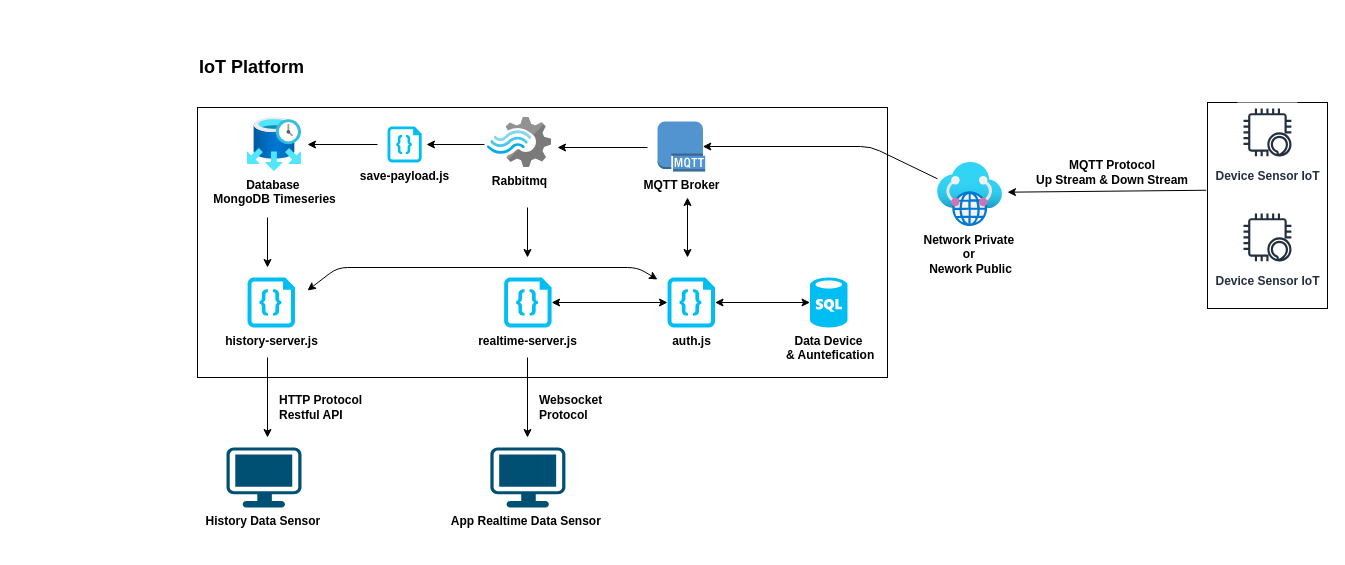
Earlier version of the draw.io diagram design/architecture.drawio (dendie-sanjaya/iot-platform). Source tidied: cells renumbered, new cells numbered last; positions are measured from the earlier drawing's top-left corner, leaving out a move shared by most shapes. Both pictures are drawn from the tidied source at 100%, with x=0, y=0 at pixel (197, 47).
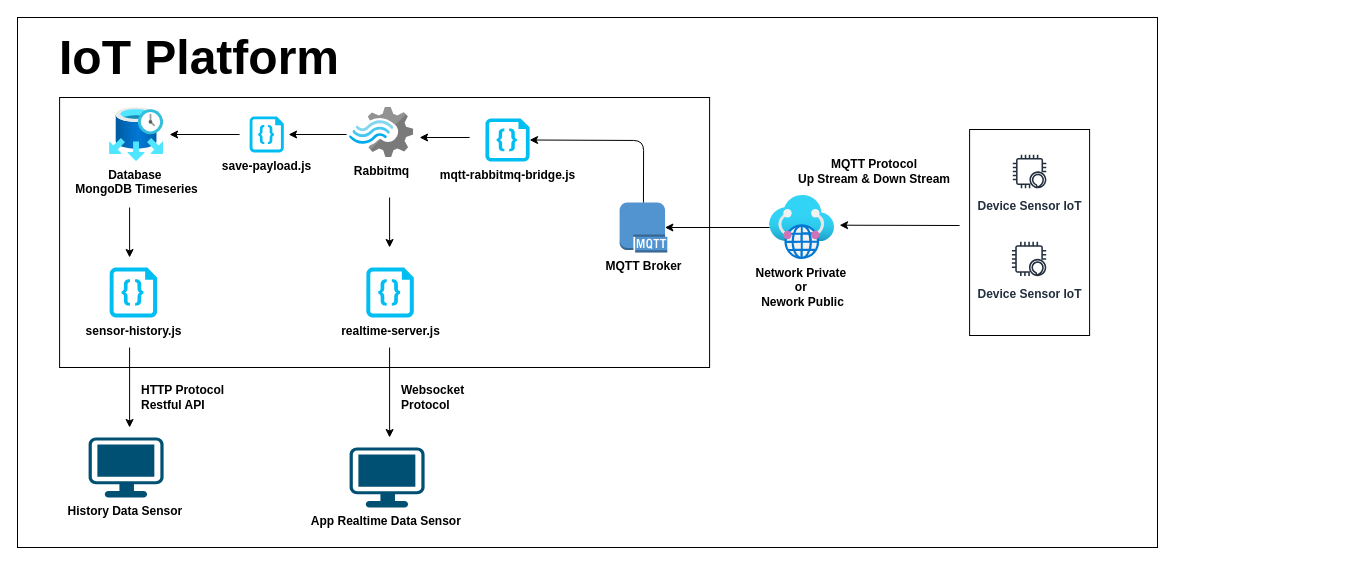
After the change.

The edit, as a diff of the source:
```diff
@@
+    <mxCell id="34" style="rounded=0;whiteSpace=wrap;html=1;" parent="1" vertex="1">
+      <mxGeometry x="-180" y="-30" width="1140" height="530" as="geometry" />
+    </mxCell>
     <mxCell id="2" style="rounded=0;whiteSpace=wrap;html=1;" parent="1" vertex="1">
-      <mxGeometry x="1010" y="55" width="120" height="206" as="geometry" />
+      <mxGeometry x="772.1" y="82" width="120" height="206" as="geometry" />
     </mxCell>
     <mxCell id="3" style="rounded=0;whiteSpace=wrap;html=1;" parent="1" vertex="1">
-      <mxGeometry y="60" width="690" height="270" as="geometry" />
+      <mxGeometry x="-137.9" y="50" width="650" height="270" as="geometry" />
     </mxCell>
     <mxCell id="4" value="&lt;b&gt;realtime-server.js&lt;br&gt;&lt;/b&gt;" style="verticalLabelPosition=bottom;html=1;verticalAlign=top;align=center;strokeColor=none;fillColor=#00BEF2;shape=mxgraph.azure.code_file;" parent="1" vertex="1">
-      <mxGeometry x="306.6" y="230" width="47.5" height="50" as="geometry" />
+      <mxGeometry x="168.8" y="220" width="47.5" height="50" as="geometry" />
     </mxCell>
-    <mxCell id="5" value="&lt;b&gt;&lt;font style=&quot;font-size: 18px&quot;&gt;IoT Platform&lt;/font&gt;&lt;/b&gt;" style="text;html=1;strokeColor=none;fillColor=none;align=left;verticalAlign=middle;whiteSpace=wrap;rounded=0;" parent="1" vertex="1">
-      <mxGeometry width="370" height="40" as="geometry" />
+    <mxCell id="5" value="&lt;b&gt;&lt;font style=&quot;font-size: 48px&quot;&gt;IoT Platform&lt;/font&gt;&lt;/b&gt;" style="text;html=1;strokeColor=none;fillColor=none;align=left;verticalAlign=middle;whiteSpace=wrap;rounded=0;" parent="1" vertex="1">
+      <mxGeometry x="-140" y="-10" width="370" height="40" as="geometry" />
     </mxCell>
     <mxCell id="6" value="&lt;b&gt;MQTT Broker&lt;/b&gt;" style="outlineConnect=0;dashed=0;verticalLabelPosition=bottom;verticalAlign=top;align=center;html=1;shape=mxgraph.aws3.mqtt_protocol;fillColor=#5294CF;gradientColor=none;" parent="1" vertex="1">
-      <mxGeometry x="460" y="74" width="47.7" height="50" as="geometry" />
+      <mxGeometry x="422.1" y="155" width="47.7" height="50" as="geometry" />
     </mxCell>
     <mxCell id="7" value="&lt;b&gt;Rabbitmq&lt;/b&gt;" style="html=1;align=center;image;fontSize=12;image=img/lib/mscae/Stream_Analytics.svg;" parent="1" vertex="1">
-      <mxGeometry x="290" y="70" width="64.1" height="50" as="geometry" />
+      <mxGeometry x="152.1" y="60" width="64.1" height="50" as="geometry" />
     </mxCell>
     <mxCell id="8" value="&lt;b&gt;Database&amp;nbsp;&lt;br&gt;MongoDB Timeseries&lt;/b&gt;" style="html=1;align=center;image;fontSize=12;image=img/lib/azure2/databases/Elastic_Job_Agents.svg;" parent="1" vertex="1">
-      <mxGeometry x="50" y="70" width="54" height="54" as="geometry" />
+      <mxGeometry x="-87.9" y="60" width="54" height="54" as="geometry" />
     </mxCell>
-    <mxCell id="9" value="&lt;b&gt;history-server.js&lt;br&gt;&lt;/b&gt;" style="verticalLabelPosition=bottom;html=1;verticalAlign=top;align=center;strokeColor=none;fillColor=#00BEF2;shape=mxgraph.azure.code_file;" parent="1" vertex="1">
-      <mxGeometry x="50" y="230" width="47.5" height="50" as="geometry" />
+    <mxCell id="9" value="&lt;b&gt;sensor-history.js&lt;br&gt;&lt;/b&gt;" style="verticalLabelPosition=bottom;html=1;verticalAlign=top;align=center;strokeColor=none;fillColor=#00BEF2;shape=mxgraph.azure.code_file;" parent="1" vertex="1">
+      <mxGeometry x="-87.9" y="220" width="47.5" height="50" as="geometry" />
     </mxCell>
     <mxCell id="10" style="endArrow=classic;html=1;" parent="1" edge="1">
       <mxGeometry relative="1" as="geometry">
-        <mxPoint x="70" y="170" as="sourcePoint" />
-        <mxPoint x="70" y="220" as="targetPoint" />
+        <mxPoint x="-67.9" y="160" as="sourcePoint" />
+        <mxPoint x="-67.9" y="210" as="targetPoint" />
       </mxGeometry>
     </mxCell>
     <mxCell id="11" style="endArrow=classic;html=1;" parent="1" edge="1">
       <mxGeometry relative="1" as="geometry">
-        <mxPoint x="330" y="160" as="sourcePoint" />
-        <mxPoint x="330" y="210" as="targetPoint" />
+        <mxPoint x="192.1" y="150" as="sourcePoint" />
+        <mxPoint x="192.1" y="200" as="targetPoint" />
       </mxGeometry>
     </mxCell>
     <mxCell id="12" value="&lt;b&gt;save-payload.js&lt;br&gt;&lt;/b&gt;" style="verticalLabelPosition=bottom;html=1;verticalAlign=top;align=center;strokeColor=none;fillColor=#00BEF2;shape=mxgraph.azure.code_file;" parent="1" vertex="1">
-      <mxGeometry x="190" y="79" width="34.2" height="36" as="geometry" />
+      <mxGeometry x="52.1" y="69" width="34.2" height="36" as="geometry" />
     </mxCell>
     <mxCell id="13" style="endArrow=classic;html=1;" parent="1" edge="1">
       <mxGeometry relative="1" as="geometry">
-        <mxPoint x="287" y="97" as="sourcePoint" />
-        <mxPoint x="229" y="97" as="targetPoint" />
+        <mxPoint x="149.1" y="87" as="sourcePoint" />
+        <mxPoint x="91.1" y="87" as="targetPoint" />
       </mxGeometry>
     </mxCell>
     <mxCell id="14" style="endArrow=classic;html=1;" parent="1" edge="1">
       <mxGeometry relative="1" as="geometry">
-        <mxPoint x="180" y="97" as="sourcePoint" />
-        <mxPoint x="110" y="97" as="targetPoint" />
+        <mxPoint x="42.1" y="87" as="sourcePoint" />
+        <mxPoint x="-27.9" y="87" as="targetPoint" />
       </mxGeometry>
     </mxCell>
     <mxCell id="15" style="endArrow=classic;html=1;" parent="1" edge="1">
       <mxGeometry relative="1" as="geometry">
-        <mxPoint x="450" y="100" as="sourcePoint" />
-        <mxPoint x="360" y="100" as="targetPoint" />
+        <mxPoint x="272.1" y="90" as="sourcePoint" />
+        <mxPoint x="222.1" y="90" as="targetPoint" />
       </mxGeometry>
     </mxCell>
     <mxCell id="16" value="&lt;b&gt;Device Sensor IoT&lt;/b&gt;" style="fontColor=#232F3E;gradientColor=none;strokeColor=#232F3E;fillColor=#ffffff;dashed=0;verticalLabelPosition=bottom;verticalAlign=top;align=center;html=1;fontSize=12;fontStyle=0;shape=mxgraph.aws4.resourceIcon;resIcon=mxgraph.aws4.alexa_enabled_device;" parent="1" vertex="1">
-      <mxGeometry x="1040" y="55" width="60" height="60" as="geometry" />
+      <mxGeometry x="811.1" y="103" width="42" height="42" as="geometry" />
     </mxCell>
     <mxCell id="17" value="&lt;b&gt;Device Sensor IoT&lt;/b&gt;" style="fontColor=#232F3E;gradientColor=none;strokeColor=#232F3E;fillColor=#ffffff;dashed=0;verticalLabelPosition=bottom;verticalAlign=top;align=center;html=1;fontSize=12;fontStyle=0;shape=mxgraph.aws4.resourceIcon;resIcon=mxgraph.aws4.alexa_enabled_device;" parent="1" vertex="1">
-      <mxGeometry x="1040" y="160" width="60" height="60" as="geometry" />
+      <mxGeometry x="810.1" y="190" width="43" height="43" as="geometry" />
     </mxCell>
     <mxCell id="18" value="&lt;b&gt;Network Private&amp;nbsp;&lt;br&gt;or&amp;nbsp;&lt;br&gt;Nework Public&lt;/b&gt;" style="html=1;points=[];align=center;image;fontSize=12;image=img/lib/azure2/networking/Virtual_WANs.svg;" parent="1" vertex="1">
-      <mxGeometry x="740" y="115" width="65" height="64" as="geometry" />
+      <mxGeometry x="572.1" y="148" width="65" height="64" as="geometry" />
     </mxCell>
-    <mxCell id="19" style="endArrow=classic;html=1;exitX=-0.011;exitY=0.426;exitDx=0;exitDy=0;exitPerimeter=0;entryX=1.077;entryY=0.464;entryDx=0;entryDy=0;entryPerimeter=0;" parent="1" edge="1" source="2" target="18">
-      <mxGeometry relative="1" as="geometry" />
+    <mxCell id="19" style="endArrow=classic;html=1;entryX=1.077;entryY=0.464;entryDx=0;entryDy=0;entryPerimeter=0;" parent="1" edge="1" target="18">
+      <mxGeometry relative="1" as="geometry">
+        <mxPoint x="762.1" y="178" as="sourcePoint" />
+      </mxGeometry>
     </mxCell>
     <mxCell id="20" value="MQTT Protocol &lt;br&gt;Up Stream &amp;amp; Down Stream" style="text;html=1;strokeColor=none;fillColor=none;align=center;verticalAlign=middle;whiteSpace=wrap;rounded=0;fontStyle=1;" parent="1" vertex="1">
-      <mxGeometry x="830" y="115" width="170" height="20" as="geometry" />
+      <mxGeometry x="592.1" y="114" width="170" height="20" as="geometry" />
     </mxCell>
     <mxCell id="21" style="endArrow=classic;html=1;entryX=0.95;entryY=0.5;entryDx=0;entryDy=0;entryPerimeter=0;" parent="1" edge="1" source="18" target="6">
-      <mxGeometry relative="1" as="geometry">
-        <Array as="points">
-          <mxPoint x="673" y="99" />
-        </Array>
-      </mxGeometry>
+      <mxGeometry relative="1" as="geometry" />
     </mxCell>
     <mxCell id="22" value="App Realtime Data Sensor&amp;nbsp;&lt;br&gt;" style="verticalLabelPosition=bottom;html=1;verticalAlign=top;align=center;shape=mxgraph.cisco19.workstation;fillColor=#005073;strokeColor=none;fontStyle=1;" parent="1" vertex="1">
-      <mxGeometry x="292.9" y="400" width="75" height="60" as="geometry" />
+      <mxGeometry x="152.1" y="400" width="75" height="60" as="geometry" />
     </mxCell>
     <mxCell id="23" style="endArrow=classic;html=1;" parent="1" edge="1">
       <mxGeometry relative="1" as="geometry">
-        <mxPoint x="330" y="310" as="sourcePoint" />
-        <mxPoint x="330" y="390" as="targetPoint" />
+        <mxPoint x="192.1" y="300" as="sourcePoint" />
+        <mxPoint x="192.1" y="390" as="targetPoint" />
       </mxGeometry>
     </mxCell>
     <mxCell id="24" value="History Data Sensor&amp;nbsp;" style="verticalLabelPosition=bottom;html=1;verticalAlign=top;align=center;shape=mxgraph.cisco19.workstation;fillColor=#005073;strokeColor=none;fontStyle=1;" parent="1" vertex="1">
-      <mxGeometry x="29" y="400" width="75" height="60" as="geometry" />
+      <mxGeometry x="-108.9" y="390" width="75" height="60" as="geometry" />
     </mxCell>
     <mxCell id="25" value="&lt;b&gt;Websocket&amp;nbsp;&lt;br&gt;Protocol&lt;/b&gt;" style="text;html=1;strokeColor=none;fillColor=none;align=left;verticalAlign=middle;whiteSpace=wrap;rounded=0;" parent="1" vertex="1">
-      <mxGeometry x="340" y="350" width="40" height="20" as="geometry" />
+      <mxGeometry x="202.1" y="340" width="40" height="20" as="geometry" />
     </mxCell>
     <mxCell id="26" value="&lt;b&gt;HTTP Protocol&lt;br&gt;Restful API&lt;br&gt;&lt;/b&gt;" style="text;html=1;strokeColor=none;fillColor=none;align=left;verticalAlign=middle;whiteSpace=wrap;rounded=0;" parent="1" vertex="1">
-      <mxGeometry x="80" y="350" width="100" height="20" as="geometry" />
+      <mxGeometry x="-57.9" y="340" width="100" height="20" as="geometry" />
     </mxCell>
     <mxCell id="27" style="endArrow=classic;html=1;" parent="1" edge="1">
       <mxGeometry relative="1" as="geometry">
-        <mxPoint x="70" y="310" as="sourcePoint" />
-        <mxPoint x="70" y="390" as="targetPoint" />
+        <mxPoint x="-67.9" y="300" as="sourcePoint" />
+        <mxPoint x="-67.9" y="380" as="targetPoint" />
       </mxGeometry>
     </mxCell>
-    <mxCell id="28" value="&lt;b&gt;auth.js&lt;br&gt;&lt;/b&gt;" style="verticalLabelPosition=bottom;html=1;verticalAlign=top;align=center;strokeColor=none;fillColor=#00BEF2;shape=mxgraph.azure.code_file;" parent="1" vertex="1">
-      <mxGeometry x="470" y="230" width="47.5" height="50" as="geometry" />
-    </mxCell>
-    <mxCell id="29" value="&lt;b&gt;Data Device&lt;br&gt;&amp;nbsp;&amp;amp; Auntefication&lt;/b&gt;" style="verticalLabelPosition=bottom;html=1;verticalAlign=top;align=center;strokeColor=none;fillColor=#00BEF2;shape=mxgraph.azure.sql_database;" parent="1" vertex="1">
-      <mxGeometry x="612.5" y="230" width="37.5" height="50" as="geometry" />
-    </mxCell>
-    <mxCell id="30" style="endArrow=classic;startArrow=classic;html=1;exitX=1;exitY=0.5;exitDx=0;exitDy=0;exitPerimeter=0;entryX=0;entryY=0.5;entryDx=0;entryDy=0;entryPerimeter=0;" parent="1" edge="1" source="28" target="29">
-      <mxGeometry relative="1" as="geometry" />
-    </mxCell>
-    <mxCell id="31" style="endArrow=classic;startArrow=classic;html=1;" parent="1" edge="1">
-      <mxGeometry relative="1" as="geometry">
-        <mxPoint x="490" y="210" as="sourcePoint" />
-        <mxPoint x="490" y="150" as="targetPoint" />
-      </mxGeometry>
-    </mxCell>
-    <mxCell id="32" style="endArrow=classic;startArrow=classic;html=1;entryX=0;entryY=0.5;entryDx=0;entryDy=0;entryPerimeter=0;exitX=1;exitY=0.5;exitDx=0;exitDy=0;exitPerimeter=0;" parent="1" edge="1" source="4" target="28">
-      <mxGeometry relative="1" as="geometry" />
-    </mxCell>
-    <mxCell id="33" style="endArrow=classic;startArrow=classic;html=1;" parent="1" edge="1">
-      <mxGeometry relative="1" as="geometry">
-        <mxPoint x="110" y="243" as="sourcePoint" />
-        <mxPoint x="460" y="232" as="targetPoint" />
-        <Array as="points">
-          <mxPoint x="140" y="220" />
-          <mxPoint x="440" y="220" />
-        </Array>
-      </mxGeometry>
-    </mxCell>
+    <mxCell id="35" value="&lt;b&gt;mqtt-rabbitmq-bridge.js&lt;/b&gt;" style="verticalLabelPosition=bottom;html=1;verticalAlign=top;align=center;strokeColor=none;fillColor=#00BEF2;shape=mxgraph.azure.code_file;" parent="1" vertex="1">
+      <mxGeometry x="287.9" y="71" width="44.2" height="43" as="geometry" />
+    </mxCell>
+    <mxCell id="36" style="endArrow=classic;html=1;exitX=0.5;exitY=0;exitDx=0;exitDy=0;exitPerimeter=0;entryX=1;entryY=0.5;entryDx=0;entryDy=0;entryPerimeter=0;" parent="1" edge="1" source="6" target="35">
+      <mxGeometry relative="1" as="geometry">
+        <Array as="points">
+          <mxPoint x="446.1" y="93" />
+        </Array>
+      </mxGeometry>
+    </mxCell>
```
